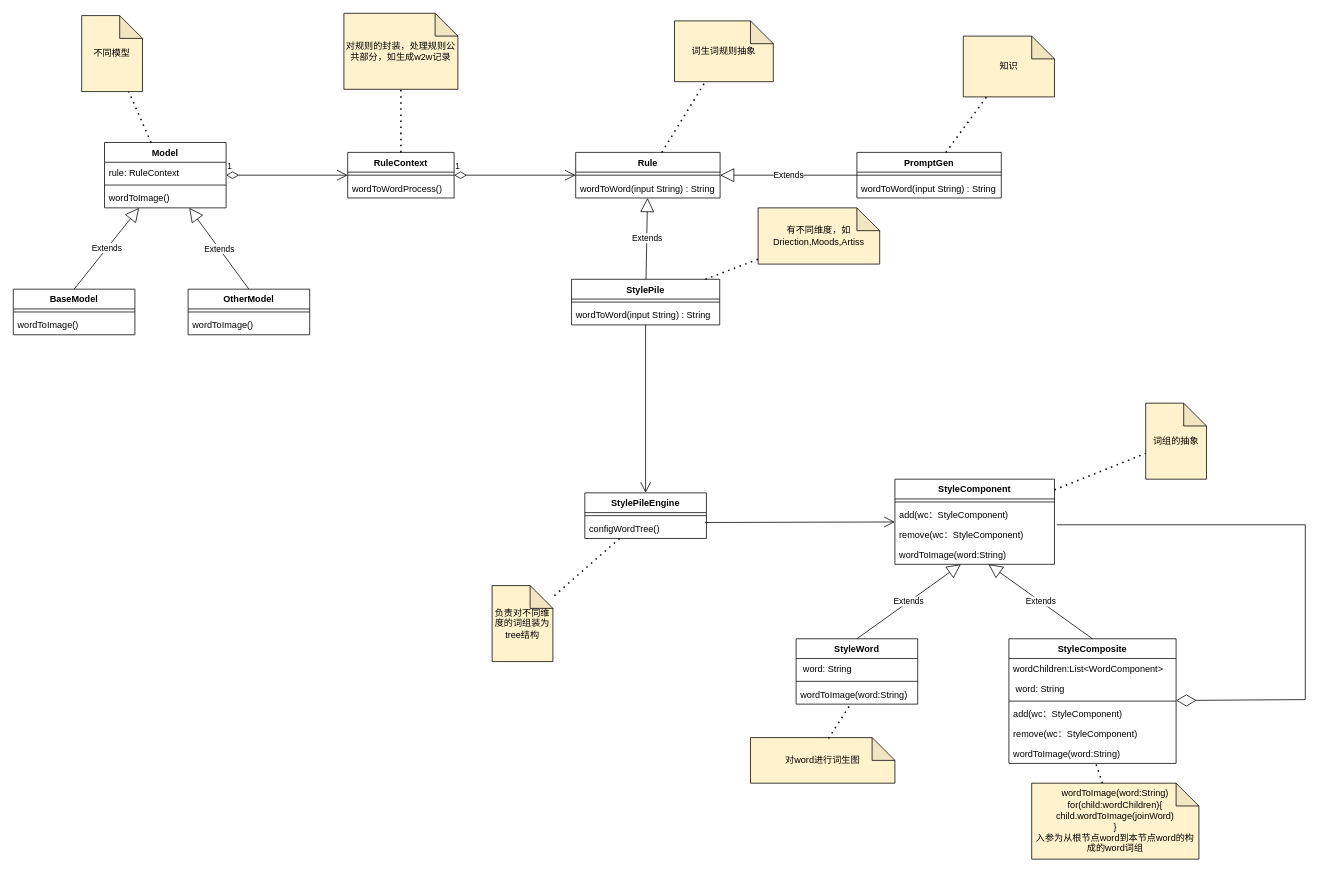
Earlier version of the draw.io diagram AIGC词生图工具优化.drawio (milletzhu/datasource). Source tidied: cells renumbered, new cells numbered last; positions are measured from the earlier drawing's top-left corner, leaving out a move shared by most shapes. Both pictures are drawn from the tidied source at 76%, with x=0, y=0 at pixel (13, 13).
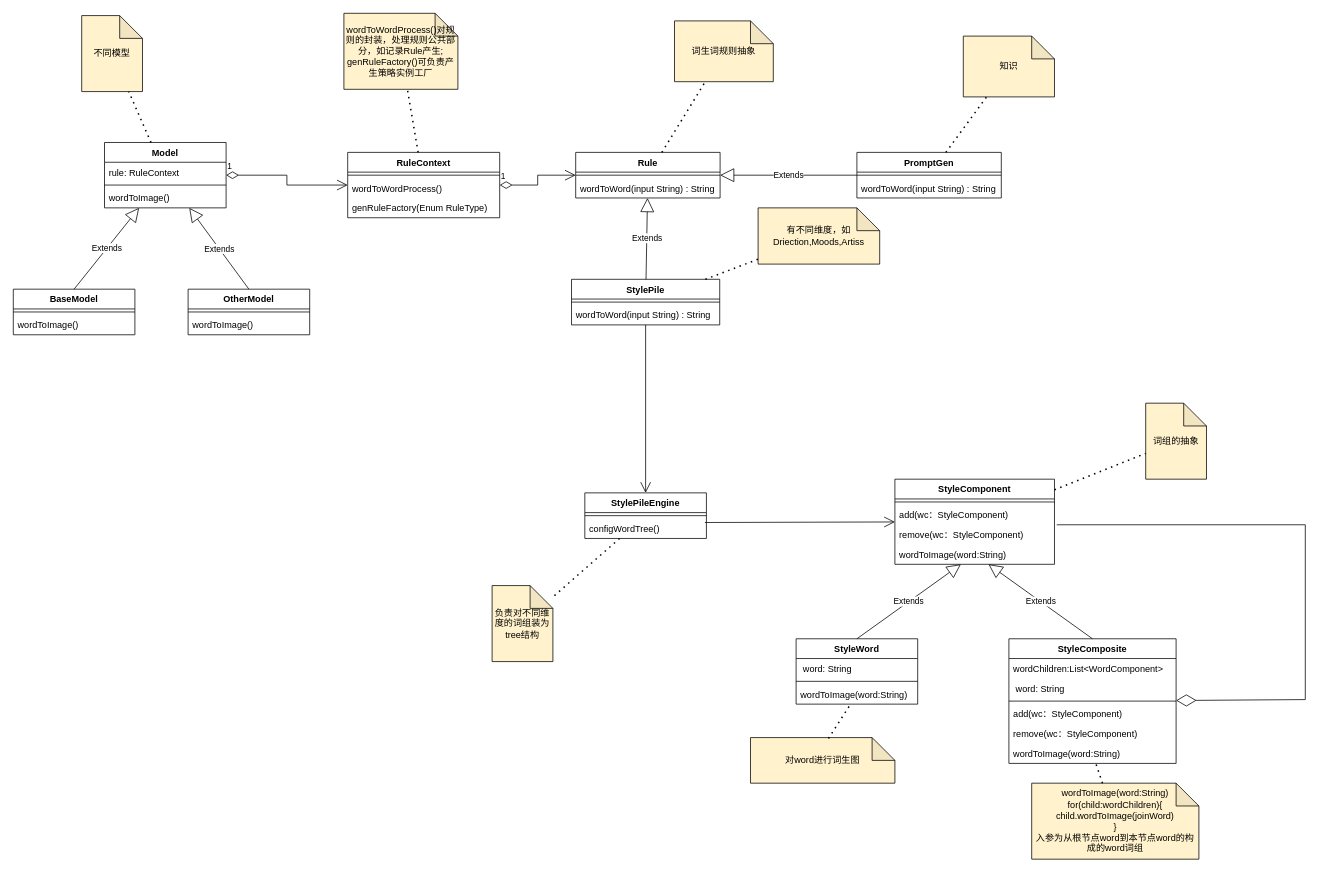
After the change.

Commit message:
更新AIGC词生图工具优化.drawio

Diff of the diagram source:
```diff
@@
     <mxCell id="66" value="RuleContext" style="swimlane;fontStyle=1;align=center;verticalAlign=top;horizontal=1;startSize=26;fillColor=#FFFFFF;" parent="1" vertex="1">
-      <mxGeometry x="440" y="183" width="140" height="60" as="geometry" />
+      <mxGeometry x="440" y="183" width="200" height="86" as="geometry" />
     </mxCell>
     <mxCell id="67" style="line;strokeWidth=1;fillColor=none;align=left;verticalAlign=middle;spacingTop=-1;spacingLeft=3;spacingRight=3;labelPosition=right;strokeColor=inherit;" parent="66" vertex="1">
-      <mxGeometry y="26" width="140" height="8" as="geometry" />
+      <mxGeometry y="26" width="200" height="8" as="geometry" />
     </mxCell>
     <mxCell id="68" value="wordToWordProcess()" style="text;strokeColor=none;fillColor=none;align=left;verticalAlign=top;spacingLeft=4;spacingRight=4;overflow=hidden;" parent="66" vertex="1">
-      <mxGeometry y="34" width="140" height="26" as="geometry" />
+      <mxGeometry y="34" width="200" height="26" as="geometry" />
     </mxCell>
+    <mxCell id="72" value="genRuleFactory(Enum RuleType)" style="text;strokeColor=none;fillColor=none;align=left;verticalAlign=top;spacingLeft=4;spacingRight=4;overflow=hidden;" parent="66" vertex="1">
+      <mxGeometry y="60" width="200" height="26" as="geometry" />
+    </mxCell>
@@
-    <mxCell id="70" value="对规则的封装，处理规则公共部分，如生成w2w记录" style="shape=note;whiteSpace=wrap;html=1;backgroundOutline=1;darkOpacity=0.05;fillColor=#FFF2CC;" parent="1" vertex="1">
+    <mxCell id="70" value="wordToWordProcess()对规则的封装，处理规则公共部分，如记录Rule产生;&lt;br&gt;genRuleFactory()可负责产生策略实例工厂" style="shape=note;whiteSpace=wrap;html=1;backgroundOutline=1;darkOpacity=0.05;fillColor=#FFF2CC;" parent="1" vertex="1">
       <mxGeometry x="435" width="150" height="100" as="geometry" />
     </mxCell>
```
